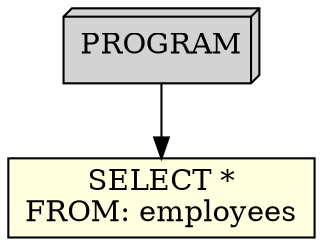
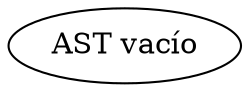
digraph AST {
-   node0 [label="PROGRAM", shape=box3d, style=filled, fillcolor=lightgrey];
-   node1 [label="SELECT *\nFROM: employees", shape=rect, style=filled, fillcolor=lightyellow];
-   node0 -> node1;
+     empty [label="AST vacío"];
}
